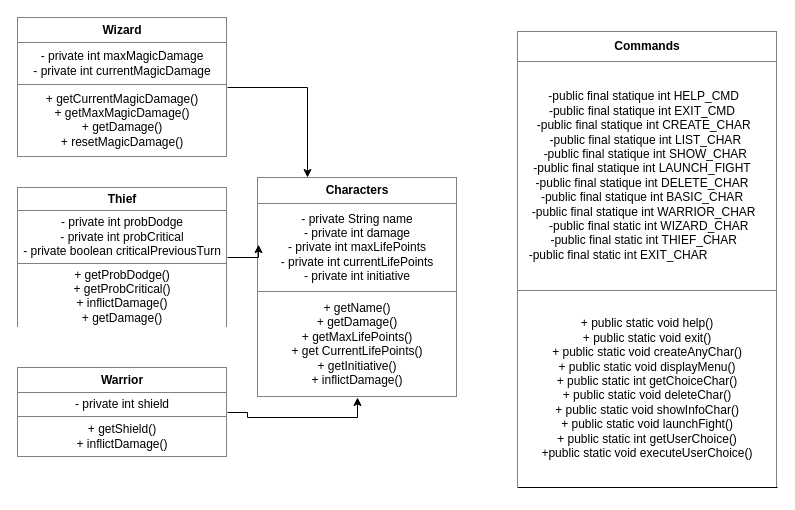
The draw.io diagram POO Diagram.drawio in SarahHayat/pooDnd, before the edit. Source tidied: cells renumbered, new cells numbered last; positions are measured from the earlier drawing's top-left corner, leaving out a move shared by most shapes. Both pictures are drawn from the tidied source at 100%, with x=0, y=0 at pixel (17, 17).
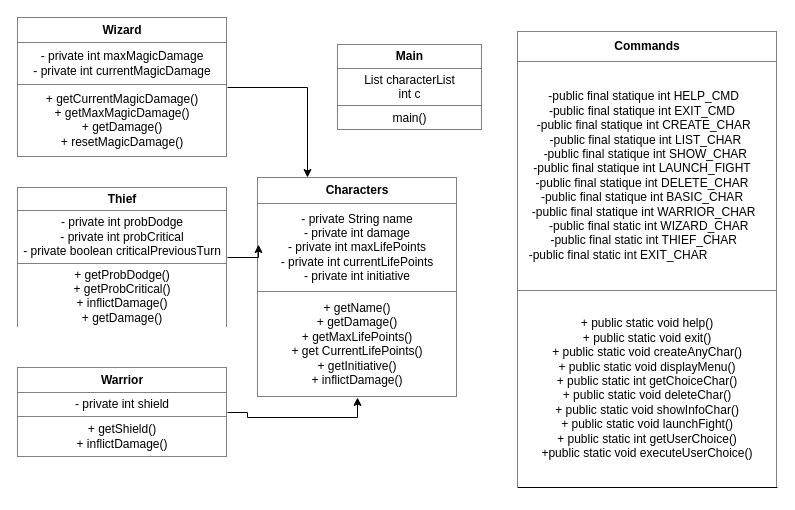
Above is the later version.

What changed in the source:
```diff
@@
 <mxGraphModel>
   <root>
     <mxCell id="0" />
     <mxCell id="1" parent="0" />
     <mxCell id="2" value="&lt;table border=&quot;1&quot; width=&quot;100%&quot; cellpadding=&quot;4&quot; style=&quot;width: 100% ; height: 100% ; border-collapse: collapse&quot;&gt;&lt;tbody&gt;&lt;tr&gt;&lt;th align=&quot;center&quot;&gt;&lt;b&gt;Characters&lt;/b&gt;&lt;/th&gt;&lt;/tr&gt;&lt;tr&gt;&lt;td align=&quot;center&quot;&gt;- private String name&lt;br&gt;- private int damage&lt;br&gt;- private int maxLifePoints&lt;br&gt;- private int currentLifePoints&lt;br&gt;- private int initiative&lt;br&gt;&lt;/td&gt;&lt;/tr&gt;&lt;tr&gt;&lt;td align=&quot;center&quot;&gt;+ getName()&lt;br&gt;+ getDamage()&lt;br&gt;+ getMaxLifePoints()&lt;br&gt;+ get CurrentLifePoints()&lt;br&gt;+ getInitiative()&lt;br&gt;+ inflictDamage()&lt;/td&gt;&lt;/tr&gt;&lt;/tbody&gt;&lt;/table&gt;" style="text;html=1;strokeColor=none;fillColor=none;overflow=fill;" parent="1" vertex="1">
       <mxGeometry x="240" y="160" width="200" height="220" as="geometry" />
     </mxCell>
     <mxCell id="3" style="edgeStyle=orthogonalEdgeStyle;rounded=0;jettySize=auto;html=1;exitX=1;exitY=0.5;exitDx=0;exitDy=0;entryX=0.5;entryY=1;entryDx=0;entryDy=0;" parent="1" edge="1" source="4" target="2">
       <mxGeometry relative="1" as="geometry" />
     </mxCell>
     <mxCell id="4" value="&lt;table border=&quot;1&quot; width=&quot;100%&quot; cellpadding=&quot;4&quot; style=&quot;width: 100% ; height: 100% ; border-collapse: collapse&quot;&gt;&lt;tbody&gt;&lt;tr&gt;&lt;th align=&quot;center&quot;&gt;Warrior&lt;/th&gt;&lt;/tr&gt;&lt;tr&gt;&lt;td align=&quot;center&quot;&gt;- private int shield&lt;/td&gt;&lt;/tr&gt;&lt;tr&gt;&lt;td align=&quot;center&quot;&gt;+ getShield()&lt;br&gt;+ inflictDamage()&lt;/td&gt;&lt;/tr&gt;&lt;/tbody&gt;&lt;/table&gt;" style="text;html=1;strokeColor=none;fillColor=none;overflow=fill;" parent="1" vertex="1">
       <mxGeometry y="350" width="210" height="90" as="geometry" />
     </mxCell>
     <mxCell id="5" style="edgeStyle=orthogonalEdgeStyle;rounded=0;jettySize=auto;html=1;exitX=1;exitY=0.5;exitDx=0;exitDy=0;entryX=0.005;entryY=0.305;entryDx=0;entryDy=0;entryPerimeter=0;" parent="1" edge="1" source="6" target="2">
       <mxGeometry relative="1" as="geometry" />
     </mxCell>
     <mxCell id="6" value="&lt;table border=&quot;1&quot; width=&quot;100%&quot; cellpadding=&quot;4&quot; style=&quot;width: 100% ; height: 100% ; border-collapse: collapse&quot;&gt;&lt;tbody&gt;&lt;tr&gt;&lt;th align=&quot;center&quot;&gt;&lt;b&gt;Thief&lt;/b&gt;&lt;/th&gt;&lt;/tr&gt;&lt;tr&gt;&lt;td align=&quot;center&quot;&gt;- private int probDodge&lt;br&gt;- private int probCritical&lt;br&gt;- private boolean criticalPreviousTurn&lt;/td&gt;&lt;/tr&gt;&lt;tr&gt;&lt;td align=&quot;center&quot;&gt;+ getProbDodge()&lt;br&gt;+ getProbCritical()&lt;br&gt;+ inflictDamage()&lt;br&gt;+ getDamage()&lt;/td&gt;&lt;/tr&gt;&lt;/tbody&gt;&lt;/table&gt;" style="text;html=1;strokeColor=none;fillColor=none;overflow=fill;" parent="1" vertex="1">
       <mxGeometry y="170" width="210" height="140" as="geometry" />
     </mxCell>
     <mxCell id="7" style="edgeStyle=orthogonalEdgeStyle;rounded=0;jettySize=auto;html=1;exitX=1;exitY=0.5;exitDx=0;exitDy=0;entryX=0.25;entryY=0;entryDx=0;entryDy=0;" parent="1" edge="1" source="8" target="2">
       <mxGeometry relative="1" as="geometry" />
     </mxCell>
     <mxCell id="8" value="&lt;table border=&quot;1&quot; width=&quot;100%&quot; cellpadding=&quot;4&quot; style=&quot;width: 100% ; height: 100% ; border-collapse: collapse&quot;&gt;&lt;tbody&gt;&lt;tr&gt;&lt;th align=&quot;center&quot;&gt;Wizard&lt;br&gt;&lt;/th&gt;&lt;/tr&gt;&lt;tr&gt;&lt;td align=&quot;center&quot;&gt;- private int maxMagicDamage&lt;br&gt;- private int currentMagicDamage&lt;/td&gt;&lt;/tr&gt;&lt;tr&gt;&lt;td align=&quot;center&quot;&gt;+ getCurrentMagicDamage()&lt;br&gt;+ getMaxMagicDamage()&lt;br&gt;+ getDamage()&lt;br&gt;+ resetMagicDamage()&lt;/td&gt;&lt;/tr&gt;&lt;/tbody&gt;&lt;/table&gt;" style="text;html=1;strokeColor=none;fillColor=none;overflow=fill;" parent="1" vertex="1">
       <mxGeometry width="210" height="140" as="geometry" />
     </mxCell>
     <mxCell id="9" value="&lt;br&gt;&lt;table border=&quot;1&quot; width=&quot;100%&quot; cellpadding=&quot;4&quot; style=&quot;width: 100% ; height: 100% ; border-collapse: collapse&quot;&gt;&lt;tbody&gt;&lt;tr&gt;&lt;th align=&quot;center&quot;&gt;Commands&lt;/th&gt;&lt;/tr&gt;&lt;tr&gt;&lt;td align=&quot;center&quot;&gt;-public final statique int HELP_CMD&amp;nbsp;&amp;nbsp; &lt;br&gt;-public final statique int EXIT_CMD&amp;nbsp; &amp;nbsp;&lt;br&gt;-public final statique int CREATE_CHAR&amp;nbsp;&amp;nbsp;&lt;br&gt;&amp;nbsp;&amp;nbsp;-public final statique int LIST_CHAR&amp;nbsp; &amp;nbsp;&lt;br&gt;-public final statique int SHOW_CHAR&amp;nbsp;&lt;br&gt;-public final statique int LAUNCH_FIGHT&amp;nbsp; &amp;nbsp;&lt;br&gt;-public final statique int DELETE_CHAR&amp;nbsp; &amp;nbsp;&lt;br&gt;-public final statique int BASIC_CHAR&amp;nbsp; &amp;nbsp;&lt;br&gt;-public final statique int WARRIOR_CHAR&amp;nbsp;&amp;nbsp;&lt;br&gt;&amp;nbsp;-public final static int WIZARD_CHAR&lt;br&gt;-public final static int THIEF_CHAR&amp;nbsp;&amp;nbsp;&lt;br&gt;&lt;div style=&quot;text-align: left&quot;&gt;&lt;font style=&quot;text-align: left ; vertical-align: inherit&quot;&gt;&amp;nbsp; -&lt;/font&gt;&lt;font style=&quot;text-align: left ; vertical-align: inherit&quot;&gt;public final static int EXIT_CHAR&lt;/font&gt;&lt;/div&gt;&lt;/td&gt;&lt;/tr&gt;&lt;tr&gt;&lt;td align=&quot;center&quot;&gt;+ public static void help()&lt;br&gt;+ public static void exit()&lt;br&gt;+ public static void createAnyChar()&lt;br&gt;+ public static void displayMenu()&lt;br&gt;+ public static int getChoiceChar()&lt;br&gt;+ public static void deleteChar()&lt;br&gt;+ public static void showInfoChar()&lt;br&gt;+ public static void launchFight()&lt;br&gt;+ public static int getUserChoice()&lt;br&gt;+public static void executeUserChoice()&lt;br&gt;&amp;nbsp;&lt;br&gt;&lt;/td&gt;&lt;/tr&gt;&lt;/tbody&gt;&lt;/table&gt;" style="text;html=1;strokeColor=none;fillColor=none;overflow=fill;" parent="1" vertex="1">
       <mxGeometry x="500" width="260" height="470" as="geometry" />
     </mxCell>
     <mxCell id="10" style="line;strokeWidth=1;html=1;" parent="1" vertex="1">
       <mxGeometry x="500" y="465" width="260" height="10" as="geometry" />
     </mxCell>
+    <mxCell id="11" value="&lt;table border=&quot;1&quot; width=&quot;100%&quot; cellpadding=&quot;4&quot; style=&quot;width: 100% ; height: 100% ; border-collapse: collapse&quot;&gt;&lt;tbody&gt;&lt;tr&gt;&lt;th align=&quot;center&quot;&gt;Main&lt;/th&gt;&lt;/tr&gt;&lt;tr&gt;&lt;td align=&quot;center&quot;&gt;List characterList&lt;br&gt;int c&lt;/td&gt;&lt;/tr&gt;&lt;tr&gt;&lt;td align=&quot;center&quot;&gt;main()&lt;/td&gt;&lt;/tr&gt;&lt;/tbody&gt;&lt;/table&gt;" style="text;html=1;strokeColor=none;fillColor=none;overflow=fill;" parent="1" vertex="1">
+      <mxGeometry x="320" y="27" width="145" height="86" as="geometry" />
+    </mxCell>
   </root>
 </mxGraphModel>
```
